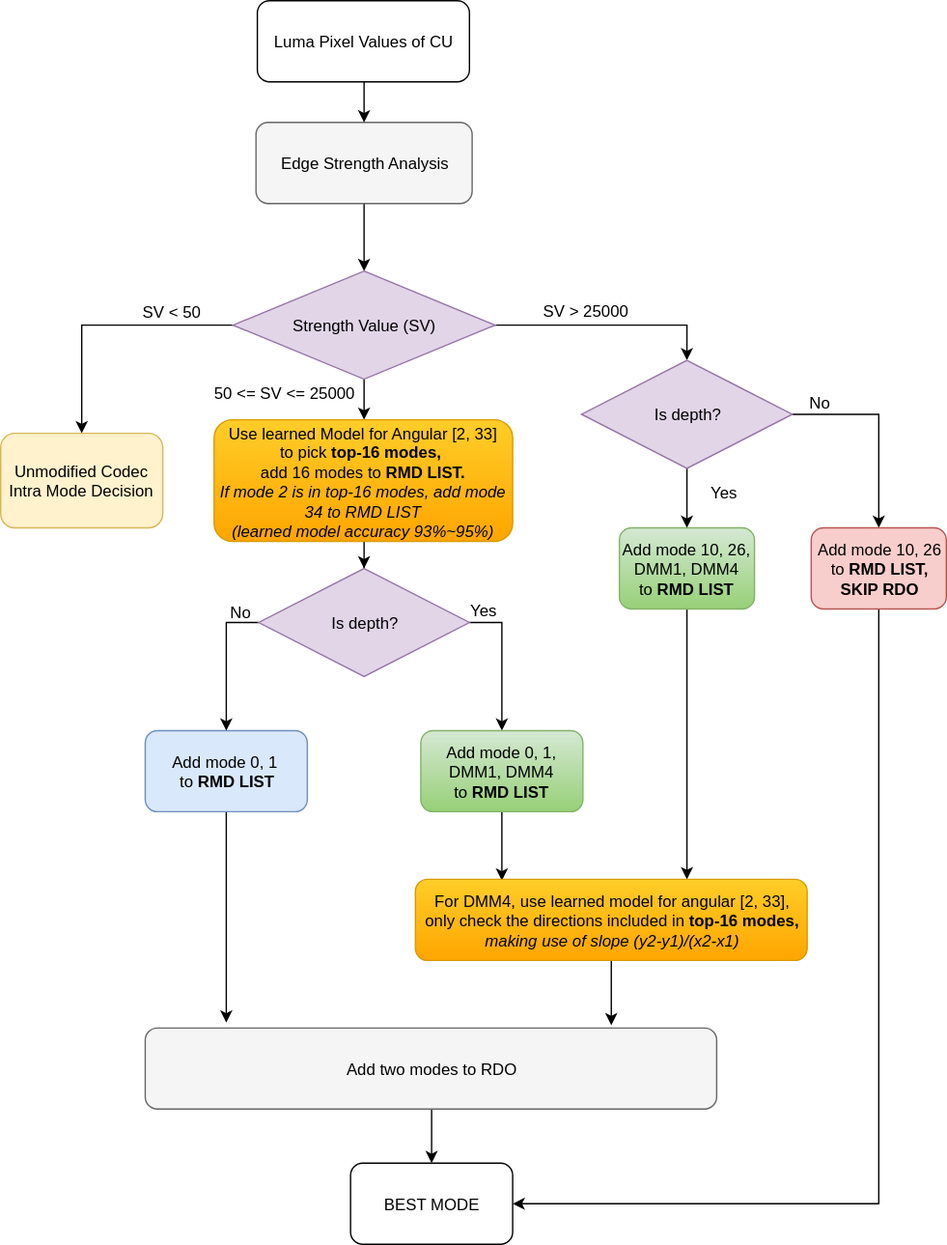
PharrellWANG/docs-for-fast-depth-coding-using-deep-learning keeps this draw.io diagram as _build_html/_images/Proposed-Intra-Mode-Decision-Flowchart.svg. Above is the earlier version. Source tidied: cells renumbered, new cells last; positions are measured from the earlier drawing's top-left corner, leaving out a move shared by most shapes.
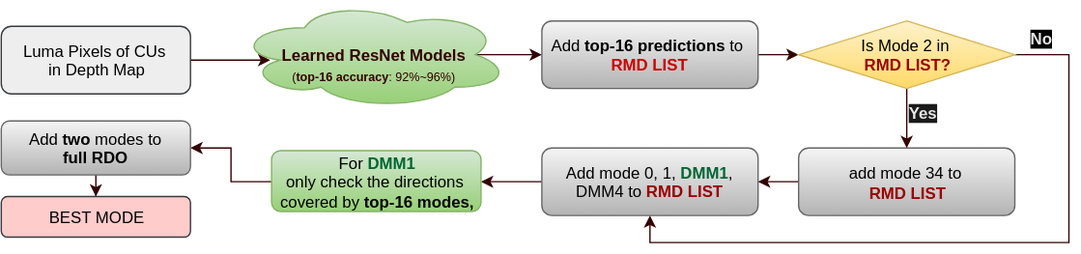
Above is the later version.

What changed in the source:
```diff
@@ -2,137 +2,77 @@
   <root>
     <mxCell id="0" />
     <mxCell id="1" parent="0" />
-    <mxCell id="2" style="edgeStyle=orthogonalEdgeStyle;rounded=0;html=1;entryX=0.5;entryY=0;jettySize=auto;" parent="1" edge="1" source="3" target="9">
-      <mxGeometry relative="1" as="geometry" />
-    </mxCell>
-    <mxCell id="3" value="Edge Strength Analysis" style="rounded=1;whiteSpace=wrap;html=1;gradientDirection=north;fillColor=#f5f5f5;strokeColor=#666666;" parent="1" vertex="1">
-      <mxGeometry x="189" y="90" width="160" height="60" as="geometry" />
-    </mxCell>
-    <mxCell id="4" style="edgeStyle=orthogonalEdgeStyle;rounded=0;html=1;exitX=0.5;exitY=1;entryX=0.5;entryY=0;jettySize=auto;" parent="1" edge="1" source="5" target="3">
-      <mxGeometry relative="1" as="geometry" />
-    </mxCell>
+    <mxCell id="40" style="edgeStyle=orthogonalEdgeStyle;rounded=0;html=1;entryX=0.124;entryY=0.55;entryPerimeter=0;jettySize=auto;strokeColor=#330000;" parent="1" edge="1" source="5" target="45">
+      <mxGeometry relative="1" as="geometry" />
+    </mxCell>
-    <mxCell id="5" value="Luma Pixel Values of CU" style="rounded=1;whiteSpace=wrap;html=1;fillColor=#ffffff;strokeColor=#000000;" parent="1" vertex="1">
-      <mxGeometry x="190" width="157" height="60" as="geometry" />
+    <mxCell id="5" value="Luma Pixels of CUs&amp;nbsp;&lt;div&gt;in Depth Map&lt;/div&gt;" style="rounded=1;whiteSpace=wrap;html=1;fillColor=#eeeeee;strokeColor=#36393d;" parent="1" vertex="1">
+      <mxGeometry x="-50" y="100" width="140" height="50" as="geometry" />
     </mxCell>
-    <mxCell id="6" style="edgeStyle=orthogonalEdgeStyle;rounded=0;html=1;jettySize=auto;entryX=0.5;entryY=0;" parent="1" edge="1" source="9" target="11">
-      <mxGeometry relative="1" as="geometry">
-        <Array as="points">
-          <mxPoint x="60" y="240" />
-        </Array>
-      </mxGeometry>
-    </mxCell>
-    <mxCell id="7" style="edgeStyle=orthogonalEdgeStyle;rounded=0;html=1;entryX=0.5;entryY=0;jettySize=auto;" parent="1" edge="1" source="9" target="29">
-      <mxGeometry relative="1" as="geometry" />
-    </mxCell>
-    <mxCell id="8" style="edgeStyle=orthogonalEdgeStyle;rounded=0;html=1;entryX=0.5;entryY=0;jettySize=auto;" parent="1" edge="1" source="9" target="14">
-      <mxGeometry relative="1" as="geometry" />
-    </mxCell>
-    <mxCell id="9" value="Strength Value (SV)" style="rhombus;whiteSpace=wrap;html=1;fillColor=#e1d5e7;strokeColor=#9673a6;" parent="1" vertex="1">
-      <mxGeometry x="172" y="200" width="194" height="80" as="geometry" />
-    </mxCell>
-    <mxCell id="10" value="SV &amp;lt; 50" style="text;html=1;strokeColor=none;fillColor=none;align=center;verticalAlign=middle;whiteSpace=wrap;" parent="1" vertex="1">
-      <mxGeometry x="86" y="220" width="80" height="20" as="geometry" />
-    </mxCell>
-    <mxCell id="11" value="Unmodified Codec Intra Mode Decision" style="rounded=1;whiteSpace=wrap;html=1;fillColor=#fff2cc;strokeColor=#d6b656;" parent="1" vertex="1">
-      <mxGeometry y="320" width="120" height="70" as="geometry" />
-    </mxCell>
-    <mxCell id="12" value="50 &amp;lt;= SV &amp;lt;= 25000" style="text;html=1;strokeColor=none;fillColor=none;align=center;verticalAlign=middle;whiteSpace=wrap;" parent="1" vertex="1">
-      <mxGeometry x="140" y="280" width="140" height="20" as="geometry" />
-    </mxCell>
-    <mxCell id="13" style="edgeStyle=orthogonalEdgeStyle;rounded=0;html=1;entryX=0.5;entryY=0;jettySize=auto;" parent="1" edge="1" source="14" target="19">
-      <mxGeometry relative="1" as="geometry" />
-    </mxCell>
+    <mxCell id="41" style="edgeStyle=orthogonalEdgeStyle;rounded=0;html=1;entryX=0;entryY=0.5;jettySize=auto;strokeColor=#330000;" parent="1" edge="1" source="14" target="49">
+      <mxGeometry relative="1" as="geometry" />
+    </mxCell>
-    <mxCell id="14" value="Use learned Model for Angular [2, 33]&lt;div&gt;to pick &lt;b&gt;top-16 modes,&amp;nbsp;&lt;/b&gt;&lt;/div&gt;&lt;div&gt;add 16 modes to &lt;b&gt;RMD LIST.&lt;/b&gt;&lt;/div&gt;&lt;div&gt;&lt;i&gt;If mode 2 is in top-16 modes, add mode 34 to RMD LIST&lt;/i&gt;&lt;/div&gt;&lt;div&gt;&lt;i&gt;(learned model accuracy 93%~95%)&lt;/i&gt;&lt;/div&gt;" style="rounded=1;whiteSpace=wrap;html=1;fillColor=#ffcd28;strokeColor=#d79b00;gradientColor=#ffa500;" parent="1" vertex="1">
-      <mxGeometry x="158" y="310" width="221" height="90" as="geometry" />
+    <mxCell id="14" value="&lt;div&gt;Add&amp;nbsp;&lt;b&gt;top-16 predictions&amp;nbsp;&lt;/b&gt;&lt;span&gt;to&amp;nbsp;&lt;/span&gt;&lt;/div&gt;&lt;div&gt;&lt;b&gt;&lt;font color=&quot;#cc0000&quot;&gt;RMD LIST&lt;/font&gt;&lt;/b&gt;&lt;/div&gt;" style="rounded=1;whiteSpace=wrap;html=1;fillColor=#f5f5f5;strokeColor=#666666;gradientColor=#b3b3b3;" parent="1" vertex="1">
+      <mxGeometry x="350" y="96" width="160" height="50" as="geometry" />
     </mxCell>
-    <mxCell id="15" style="edgeStyle=orthogonalEdgeStyle;rounded=0;html=1;entryX=0.142;entryY=-0.067;jettySize=auto;entryPerimeter=0;" parent="1" edge="1" source="16" target="38">
-      <mxGeometry relative="1" as="geometry" />
-    </mxCell>
-    <mxCell id="16" value="Add mode 0, 1&amp;nbsp;&lt;div&gt;to &lt;b&gt;RMD LIST&lt;/b&gt;&lt;/div&gt;" style="rounded=1;whiteSpace=wrap;html=1;fillColor=#dae8fc;strokeColor=#6c8ebf;" parent="1" vertex="1">
-      <mxGeometry x="107" y="540" width="120" height="60" as="geometry" />
-    </mxCell>
-    <mxCell id="17" style="edgeStyle=orthogonalEdgeStyle;rounded=0;html=1;entryX=0.5;entryY=0;jettySize=auto;" parent="1" edge="1" source="19" target="16">
-      <mxGeometry relative="1" as="geometry">
-        <Array as="points">
-          <mxPoint x="167" y="460" />
-        </Array>
-      </mxGeometry>
-    </mxCell>
-    <mxCell id="18" style="edgeStyle=orthogonalEdgeStyle;rounded=0;html=1;entryX=0.5;entryY=0;jettySize=auto;" parent="1" edge="1" source="19" target="22">
-      <mxGeometry relative="1" as="geometry">
-        <Array as="points">
-          <mxPoint x="371" y="460" />
-        </Array>
-      </mxGeometry>
-    </mxCell>
-    <mxCell id="19" value="Is depth?" style="rhombus;whiteSpace=wrap;html=1;fillColor=#e1d5e7;strokeColor=#9673a6;" parent="1" vertex="1">
-      <mxGeometry x="191" y="420" width="156" height="80" as="geometry" />
-    </mxCell>
-    <mxCell id="20" value="No" style="text;html=1;strokeColor=none;fillColor=none;align=center;verticalAlign=middle;whiteSpace=wrap;direction=south;" parent="1" vertex="1">
-      <mxGeometry x="167" y="412" width="20" height="80" as="geometry" />
-    </mxCell>
-    <mxCell id="21" style="edgeStyle=orthogonalEdgeStyle;rounded=0;html=1;entryX=0.221;entryY=0.017;entryPerimeter=0;jettySize=auto;" parent="1" edge="1" source="22" target="35">
+    <mxCell id="21" style="edgeStyle=orthogonalEdgeStyle;rounded=0;html=1;entryX=1;entryY=0.5;jettySize=auto;strokeColor=#330000;" parent="1" edge="1" source="22" target="35">
       <mxGeometry relative="1" as="geometry" />
     </mxCell>
-    <mxCell id="22" value="Add mode 0, 1, DMM1, DMM4&lt;div&gt;to&amp;nbsp;&lt;b&gt;RMD LIST&lt;/b&gt;&lt;br&gt;&lt;/div&gt;" style="rounded=1;whiteSpace=wrap;html=1;gradientColor=#97d077;fillColor=#d5e8d4;strokeColor=#82b366;" parent="1" vertex="1">
-      <mxGeometry x="311" y="540" width="120" height="60" as="geometry" />
+    <mxCell id="22" value="Add&amp;nbsp;&lt;span&gt;mode 0, 1,&amp;nbsp;&lt;/span&gt;&lt;b&gt;&lt;font color=&quot;#006633&quot;&gt;DMM1&lt;/font&gt;&lt;/b&gt;&lt;span&gt;, DMM4&amp;nbsp;&lt;/span&gt;&lt;span&gt;to&amp;nbsp;&lt;/span&gt;&lt;b&gt;&lt;font color=&quot;#990000&quot;&gt;RMD LIST&lt;/font&gt;&lt;/b&gt;" style="rounded=1;whiteSpace=wrap;html=1;fillColor=#f5f5f5;strokeColor=#666666;gradientColor=#b3b3b3;" parent="1" vertex="1">
+      <mxGeometry x="350" y="190" width="160" height="50" as="geometry" />
     </mxCell>
-    <mxCell id="23" value="Yes" style="text;html=1;align=left;verticalAlign=top;spacingTop=-4;" parent="1" vertex="1">
-      <mxGeometry x="346" y="442" width="40" height="20" as="geometry" />
-    </mxCell>
-    <mxCell id="24" style="edgeStyle=orthogonalEdgeStyle;rounded=0;html=1;entryX=0.693;entryY=0;entryPerimeter=0;jettySize=auto;" parent="1" edge="1" source="25" target="35">
-      <mxGeometry relative="1" as="geometry" />
-    </mxCell>
-    <mxCell id="25" value="Add mode 10, 26, DMM1, DMM4&lt;div&gt;to &lt;b&gt;RMD LIST&lt;/b&gt;&lt;/div&gt;" style="rounded=1;whiteSpace=wrap;html=1;gradientColor=#97d077;fillColor=#d5e8d4;strokeColor=#82b366;" parent="1" vertex="1">
-      <mxGeometry x="458" y="390" width="100" height="60" as="geometry" />
-    </mxCell>
-    <mxCell id="26" value="SV &amp;gt; 25000" style="text;html=1;align=left;verticalAlign=top;spacingTop=-4;" parent="1" vertex="1">
-      <mxGeometry x="400" y="220" width="80" height="20" as="geometry" />
-    </mxCell>
-    <mxCell id="27" style="edgeStyle=orthogonalEdgeStyle;rounded=0;html=1;entryX=0.5;entryY=0;jettySize=auto;" parent="1" edge="1" source="29" target="25">
-      <mxGeometry relative="1" as="geometry" />
-    </mxCell>
-    <mxCell id="28" style="edgeStyle=orthogonalEdgeStyle;rounded=0;html=1;exitX=1;exitY=0.5;jettySize=auto;" parent="1" edge="1" source="29" target="32">
-      <mxGeometry relative="1" as="geometry" />
-    </mxCell>
-    <mxCell id="29" value="Is depth?" style="rhombus;whiteSpace=wrap;html=1;fillColor=#e1d5e7;strokeColor=#9673a6;" parent="1" vertex="1">
-      <mxGeometry x="430" y="266" width="156" height="80" as="geometry" />
-    </mxCell>
-    <mxCell id="30" value="Yes" style="text;html=1;align=left;verticalAlign=top;spacingTop=-4;" parent="1" vertex="1">
-      <mxGeometry x="524" y="355" width="40" height="20" as="geometry" />
-    </mxCell>
-    <mxCell id="31" style="edgeStyle=orthogonalEdgeStyle;rounded=0;html=1;entryX=1;entryY=0.5;jettySize=auto;" parent="1" edge="1" source="32" target="39">
-      <mxGeometry relative="1" as="geometry">
-        <Array as="points">
-          <mxPoint x="650" y="890" />
-        </Array>
-      </mxGeometry>
-    </mxCell>
-    <mxCell id="32" value="Add mode 10, 26&lt;div&gt;to &lt;b&gt;RMD LIST,&lt;/b&gt;&lt;/div&gt;&lt;div&gt;&lt;b&gt;SKIP RDO&lt;/b&gt;&lt;/div&gt;" style="rounded=1;whiteSpace=wrap;html=1;fillColor=#f8cecc;strokeColor=#b85450;" parent="1" vertex="1">
-      <mxGeometry x="600" y="390" width="100" height="60" as="geometry" />
-    </mxCell>
-    <mxCell id="33" value="No" style="text;html=1;align=left;verticalAlign=top;spacingTop=-4;" parent="1" vertex="1">
-      <mxGeometry x="597" y="288" width="30" height="20" as="geometry" />
-    </mxCell>
-    <mxCell id="34" style="edgeStyle=orthogonalEdgeStyle;rounded=0;html=1;jettySize=auto;" parent="1" edge="1" source="35">
-      <mxGeometry relative="1" as="geometry">
-        <mxPoint x="452" y="758" as="targetPoint" />
-      </mxGeometry>
-    </mxCell>
+    <mxCell id="42" style="edgeStyle=orthogonalEdgeStyle;rounded=0;html=1;entryX=1;entryY=0.5;jettySize=auto;strokeColor=#330000;" parent="1" edge="1" source="35" target="38">
+      <mxGeometry relative="1" as="geometry" />
+    </mxCell>
-    <mxCell id="35" value="For DMM4, use learned model for angular [2, 33],&lt;div&gt;only check the directions included in &lt;b&gt;top-16 modes,&lt;/b&gt;&lt;/div&gt;&lt;div&gt;&lt;i&gt;making use of slope (y2-y1)/(x2-x1)&lt;/i&gt;&lt;/div&gt;" style="rounded=1;whiteSpace=wrap;html=1;gradientColor=#ffa500;fillColor=#ffcd28;strokeColor=#d79b00;" parent="1" vertex="1">
-      <mxGeometry x="307" y="650" width="290" height="60" as="geometry" />
+    <mxCell id="35" value="For &lt;b&gt;&lt;font color=&quot;#006633&quot;&gt;DMM1&lt;/font&gt;&lt;/b&gt;&lt;div&gt;only check the directions&amp;nbsp;&lt;/div&gt;&lt;div&gt;covered by&amp;nbsp;&lt;b&gt;top-16 modes,&lt;/b&gt;&lt;/div&gt;" style="rounded=1;whiteSpace=wrap;html=1;fillColor=#d5e8d4;strokeColor=#82b366;gradientColor=#97d077;" parent="1" vertex="1">
+      <mxGeometry x="150" y="192" width="155" height="45" as="geometry" />
     </mxCell>
     <mxCell id="36" style="edgeStyle=orthogonalEdgeStyle;rounded=0;html=1;exitX=0.5;exitY=1;entryX=0.5;entryY=1;jettySize=auto;orthogonalLoop=1;" parent="1" edge="1" source="22" target="22">
       <mxGeometry relative="1" as="geometry" />
     </mxCell>
-    <mxCell id="37" style="edgeStyle=orthogonalEdgeStyle;rounded=0;html=1;entryX=0.5;entryY=0;jettySize=auto;" parent="1" edge="1" source="38" target="39">
+    <mxCell id="37" style="edgeStyle=orthogonalEdgeStyle;rounded=0;html=1;entryX=0.5;entryY=0;jettySize=auto;strokeColor=#330000;" parent="1" edge="1" source="38" target="39">
       <mxGeometry relative="1" as="geometry" />
     </mxCell>
-    <mxCell id="38" value="Add two modes to RDO" style="rounded=1;whiteSpace=wrap;html=1;fillColor=#f5f5f5;strokeColor=#666666;" parent="1" vertex="1">
-      <mxGeometry x="107" y="760" width="423" height="60" as="geometry" />
+    <mxCell id="38" value="Add &lt;b&gt;two&lt;/b&gt; modes to &lt;b&gt;full&amp;nbsp;RDO&lt;/b&gt;" style="rounded=1;whiteSpace=wrap;html=1;fillColor=#f5f5f5;strokeColor=#666666;gradientColor=#b3b3b3;" parent="1" vertex="1">
+      <mxGeometry x="-50" y="170" width="140" height="40" as="geometry" />
     </mxCell>
-    <mxCell id="39" value="BEST MODE" style="rounded=1;whiteSpace=wrap;html=1;gradientColor=none;" parent="1" vertex="1">
-      <mxGeometry x="259" y="860" width="120" height="60" as="geometry" />
+    <mxCell id="39" value="BEST MODE" style="rounded=1;whiteSpace=wrap;html=1;fillColor=#ffcccc;strokeColor=#36393d;" parent="1" vertex="1">
+      <mxGeometry x="-50" y="226" width="140" height="30" as="geometry" />
     </mxCell>
+    <mxCell id="43" style="edgeStyle=orthogonalEdgeStyle;rounded=0;html=1;entryX=1;entryY=0.5;jettySize=auto;strokeColor=#330000;" parent="1" edge="1" source="13" target="22">
+      <mxGeometry relative="1" as="geometry" />
+    </mxCell>
+    <mxCell id="13" value="&lt;div&gt;&lt;br&gt;&lt;/div&gt;&lt;div&gt;add mode 34 to&amp;nbsp;&lt;/div&gt;&lt;div&gt;&lt;b&gt;&lt;font color=&quot;#990000&quot;&gt;RMD LIST&lt;/font&gt;&lt;/b&gt;&lt;/div&gt;&lt;div&gt;&lt;br&gt;&lt;/div&gt;" style="rounded=1;whiteSpace=wrap;html=1;fillColor=#f5f5f5;strokeColor=#666666;gradientColor=#b3b3b3;" parent="1" vertex="1">
+      <mxGeometry x="540" y="190" width="160" height="50" as="geometry" />
+    </mxCell>
+    <mxCell id="44" style="edgeStyle=orthogonalEdgeStyle;rounded=0;html=1;entryX=0;entryY=0.5;jettySize=auto;strokeColor=#330000;exitX=0.875;exitY=0.5;exitPerimeter=0;" parent="1" edge="1" source="45" target="14">
+      <mxGeometry relative="1" as="geometry" />
+    </mxCell>
+    <mxCell id="45" value="&lt;div&gt;&lt;b&gt;&lt;font color=&quot;#330000&quot;&gt;&lt;br&gt;&lt;/font&gt;&lt;/b&gt;&lt;/div&gt;&lt;b&gt;&lt;font color=&quot;#330000&quot;&gt;Learned ResNet Models&lt;/font&gt;&lt;/b&gt;&lt;div&gt;&lt;font style=&quot;font-size: 9px&quot;&gt;&lt;span style=&quot;color: rgb(51 , 0 , 0)&quot;&gt;(&lt;/span&gt;&lt;b style=&quot;color: rgb(51 , 0 , 0)&quot;&gt;top-16 accuracy&lt;/b&gt;&lt;span style=&quot;color: rgb(51 , 0 , 0)&quot;&gt;:&amp;nbsp;&lt;/span&gt;&lt;span style=&quot;color: rgb(51 , 0 , 0)&quot;&gt;92%~96%)&lt;/span&gt;&lt;/font&gt;&lt;/div&gt;" style="ellipse;shape=cloud;whiteSpace=wrap;html=1;glass=0;fillColor=#d5e8d4;strokeColor=#82b366;gradientColor=#97d077;" parent="1" vertex="1">
+      <mxGeometry x="124" y="81" width="202" height="80" as="geometry" />
+    </mxCell>
+    <mxCell id="46" style="edgeStyle=orthogonalEdgeStyle;rounded=0;html=1;exitX=1;exitY=0.5;entryX=1;entryY=0.5;jettySize=auto;orthogonalLoop=1;strokeColor=#330000;" parent="1" edge="1" source="14" target="14">
+      <mxGeometry relative="1" as="geometry" />
+    </mxCell>
+    <mxCell id="47" style="edgeStyle=orthogonalEdgeStyle;rounded=0;html=1;entryX=0.5;entryY=0;jettySize=auto;strokeColor=#330000;" parent="1" edge="1" source="49" target="13">
+      <mxGeometry relative="1" as="geometry" />
+    </mxCell>
+    <mxCell id="48" style="edgeStyle=orthogonalEdgeStyle;rounded=0;html=1;jettySize=auto;strokeColor=#330000;entryX=0.5;entryY=1;" parent="1" edge="1" source="49" target="22">
+      <mxGeometry relative="1" as="geometry">
+        <Array as="points">
+          <mxPoint x="740" y="121" />
+          <mxPoint x="740" y="260" />
+          <mxPoint x="430" y="260" />
+        </Array>
+      </mxGeometry>
+    </mxCell>
+    <mxCell id="49" value="Is Mode 2 in&amp;nbsp;&lt;div&gt;&lt;b&gt;&lt;font color=&quot;#990000&quot;&gt;RMD LIST?&lt;/font&gt;&lt;/b&gt;&lt;/div&gt;" style="rhombus;whiteSpace=wrap;html=1;glass=0;fillColor=#fff2cc;strokeColor=#d6b656;gradientColor=#ffd966;" parent="1" vertex="1">
+      <mxGeometry x="540" y="96" width="160" height="50" as="geometry" />
+    </mxCell>
+    <mxCell id="50" value="&lt;b&gt;&lt;font style=&quot;background-color: rgb(26 , 26 , 26)&quot; color=&quot;#e6e6e6&quot;&gt;Yes&lt;/font&gt;&lt;/b&gt;" style="text;html=1;align=left;verticalAlign=top;spacingTop=-4;" parent="1" vertex="1">
+      <mxGeometry x="620" y="155" width="40" height="20" as="geometry" />
+    </mxCell>
+    <mxCell id="51" value="&lt;b&gt;&lt;font style=&quot;background-color: rgb(0 , 0 , 0)&quot; color=&quot;#e6e6e6&quot;&gt;No&lt;/font&gt;&lt;/b&gt;" style="text;html=1;align=left;verticalAlign=top;spacingTop=-4;" parent="1" vertex="1">
+      <mxGeometry x="710" y="100" width="30" height="20" as="geometry" />
+    </mxCell>
   </root>
 </mxGraphModel>
```
